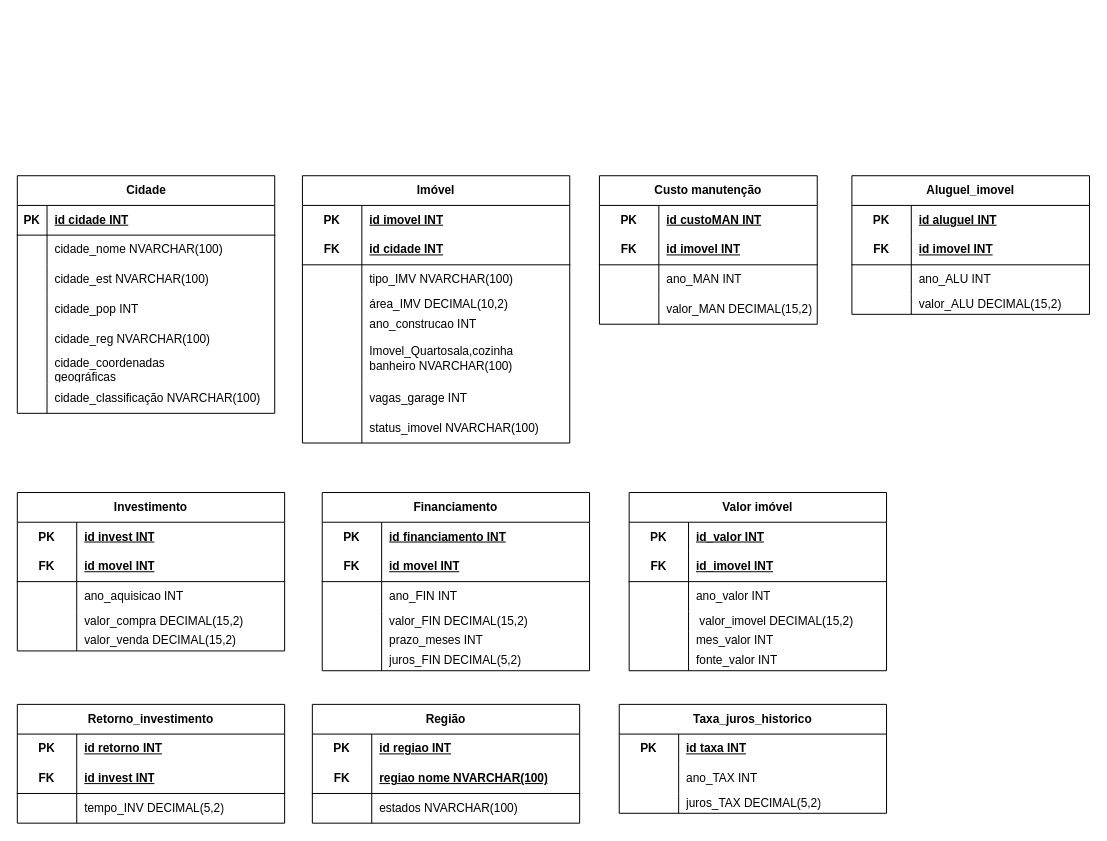
The draw.io diagram GroupBy.drawio in Guilherme22B/Group_by, before the edit. Source tidied: cells renumbered, new cells numbered last; positions are measured from the earlier drawing's top-left corner, leaving out a move shared by most shapes. Both pictures are drawn from the tidied source at 99%, with x=0, y=0 at pixel (17, 175).
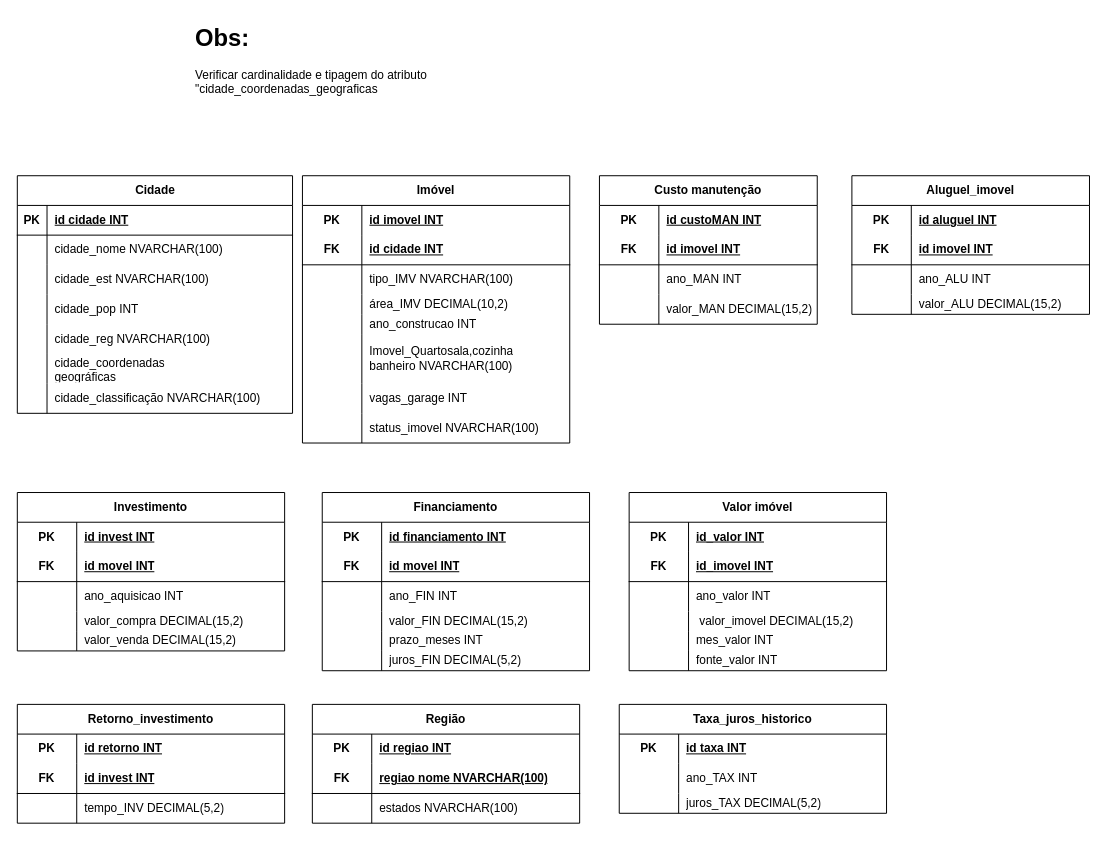
After the change.

The edit, as a diff of the source:
```diff
@@
     <mxCell id="48" value="Cidade" style="shape=table;startSize=30;childLayout=tableLayout;rowLines=0;fontStyle=1;align=center;html=1;" parent="1" vertex="1">
-      <mxGeometry width="260" height="240" as="geometry" />
+      <mxGeometry width="278" height="240" as="geometry" />
     </mxCell>
     <mxCell id="49" style="shape=tableRow;horizontal=0;startSize=0;swimlaneHead=0;swimlaneBody=0;fillColor=none;top=0;left=0;right=0;bottom=1;" parent="48" vertex="1">
-      <mxGeometry y="30" width="260" height="30" as="geometry" />
+      <mxGeometry y="30" width="278" height="30" as="geometry" />
     </mxCell>
@@
     <mxCell id="51" value="id cidade INT" style="shape=partialRectangle;fillColor=none;top=0;left=0;bottom=0;right=0;align=left;spacingLeft=6;fontStyle=5;overflow=hidden;whiteSpace=wrap;html=1;" parent="49" vertex="1">
-      <mxGeometry x="30" width="230" height="30" as="geometry" />
+      <mxGeometry x="30" width="248" height="30" as="geometry" />
     </mxCell>
     <mxCell id="52" style="shape=tableRow;horizontal=0;startSize=0;swimlaneHead=0;swimlaneBody=0;fillColor=none;top=0;left=0;right=0;bottom=0;" parent="48" vertex="1">
-      <mxGeometry y="60" width="260" height="30" as="geometry" />
+      <mxGeometry y="60" width="278" height="30" as="geometry" />
     </mxCell>
@@
     <mxCell id="54" value="cidade_nome NVARCHAR(100)" style="shape=partialRectangle;fillColor=none;top=0;left=0;bottom=0;right=0;align=left;spacingLeft=6;overflow=hidden;whiteSpace=wrap;html=1;" parent="52" vertex="1">
-      <mxGeometry x="30" width="230" height="30" as="geometry" />
+      <mxGeometry x="30" width="248" height="30" as="geometry" />
     </mxCell>
     <mxCell id="55" style="shape=tableRow;horizontal=0;startSize=0;swimlaneHead=0;swimlaneBody=0;fillColor=none;top=0;left=0;right=0;bottom=0;" parent="48" vertex="1">
-      <mxGeometry y="90" width="260" height="30" as="geometry" />
+      <mxGeometry y="90" width="278" height="30" as="geometry" />
     </mxCell>
@@
     <mxCell id="57" value="cidade_est&amp;nbsp;NVARCHAR(100)" style="shape=partialRectangle;fillColor=none;top=0;left=0;bottom=0;right=0;align=left;spacingLeft=6;overflow=hidden;whiteSpace=wrap;html=1;" parent="55" vertex="1">
-      <mxGeometry x="30" width="230" height="30" as="geometry" />
+      <mxGeometry x="30" width="248" height="30" as="geometry" />
     </mxCell>
     <mxCell id="58" style="shape=tableRow;horizontal=0;startSize=0;swimlaneHead=0;swimlaneBody=0;fillColor=none;top=0;left=0;right=0;bottom=0;" parent="48" vertex="1">
-      <mxGeometry y="120" width="260" height="30" as="geometry" />
+      <mxGeometry y="120" width="278" height="30" as="geometry" />
     </mxCell>
@@
     <mxCell id="60" value="cidade_pop&amp;nbsp;INT" style="shape=partialRectangle;fillColor=none;top=0;left=0;bottom=0;right=0;align=left;spacingLeft=6;overflow=hidden;whiteSpace=wrap;html=1;" parent="58" vertex="1">
-      <mxGeometry x="30" width="230" height="30" as="geometry" />
+      <mxGeometry x="30" width="248" height="30" as="geometry" />
     </mxCell>
     <mxCell id="61" style="shape=tableRow;horizontal=0;startSize=0;swimlaneHead=0;swimlaneBody=0;fillColor=none;top=0;left=0;right=0;bottom=0;" parent="48" vertex="1">
-      <mxGeometry y="150" width="260" height="30" as="geometry" />
+      <mxGeometry y="150" width="278" height="30" as="geometry" />
     </mxCell>
@@
     <mxCell id="63" value="cidade_reg&amp;nbsp;NVARCHAR(100)" style="shape=partialRectangle;fillColor=none;top=0;left=0;bottom=0;right=0;align=left;spacingLeft=6;overflow=hidden;whiteSpace=wrap;html=1;" parent="61" vertex="1">
-      <mxGeometry x="30" width="230" height="30" as="geometry" />
+      <mxGeometry x="30" width="248" height="30" as="geometry" />
     </mxCell>
     <mxCell id="64" style="shape=tableRow;horizontal=0;startSize=0;swimlaneHead=0;swimlaneBody=0;fillColor=none;top=0;left=0;right=0;bottom=0;" parent="48" vertex="1">
-      <mxGeometry y="180" width="260" height="30" as="geometry" />
+      <mxGeometry y="180" width="278" height="30" as="geometry" />
     </mxCell>
@@
     <mxCell id="66" value="cidade_coordenadas&lt;div&gt;geográficas&amp;nbsp;&lt;/div&gt;" style="shape=partialRectangle;fillColor=none;top=0;left=0;bottom=0;right=0;align=left;spacingLeft=6;overflow=hidden;whiteSpace=wrap;html=1;" parent="64" vertex="1">
-      <mxGeometry x="30" width="230" height="30" as="geometry" />
+      <mxGeometry x="30" width="248" height="30" as="geometry" />
     </mxCell>
     <mxCell id="67" style="shape=tableRow;horizontal=0;startSize=0;swimlaneHead=0;swimlaneBody=0;fillColor=none;top=0;left=0;right=0;bottom=0;" parent="48" vertex="1">
-      <mxGeometry y="210" width="260" height="30" as="geometry" />
+      <mxGeometry y="210" width="278" height="30" as="geometry" />
     </mxCell>
@@
     <mxCell id="69" value="cidade_classificação NVARCHAR(100)&lt;b&gt;&amp;nbsp;&lt;/b&gt;" style="shape=partialRectangle;fillColor=none;top=0;left=0;bottom=0;right=0;align=left;spacingLeft=6;overflow=hidden;whiteSpace=wrap;html=1;" parent="67" vertex="1">
-      <mxGeometry x="30" width="230" height="30" as="geometry" />
+      <mxGeometry x="30" width="248" height="30" as="geometry" />
     </mxCell>
@@
+    <mxCell id="161" value="&lt;h1 style=&quot;margin-top: 0px;&quot;&gt;Obs:&lt;/h1&gt;&lt;p&gt;Verificar cardinalidade e tipagem do atributo &quot;cidade_coordenadas_geograficas&lt;/p&gt;" style="text;html=1;whiteSpace=wrap;overflow=hidden;rounded=0;" parent="1" vertex="1">
+      <mxGeometry x="178" y="-160" width="240" height="120" as="geometry" />
+    </mxCell>
```
